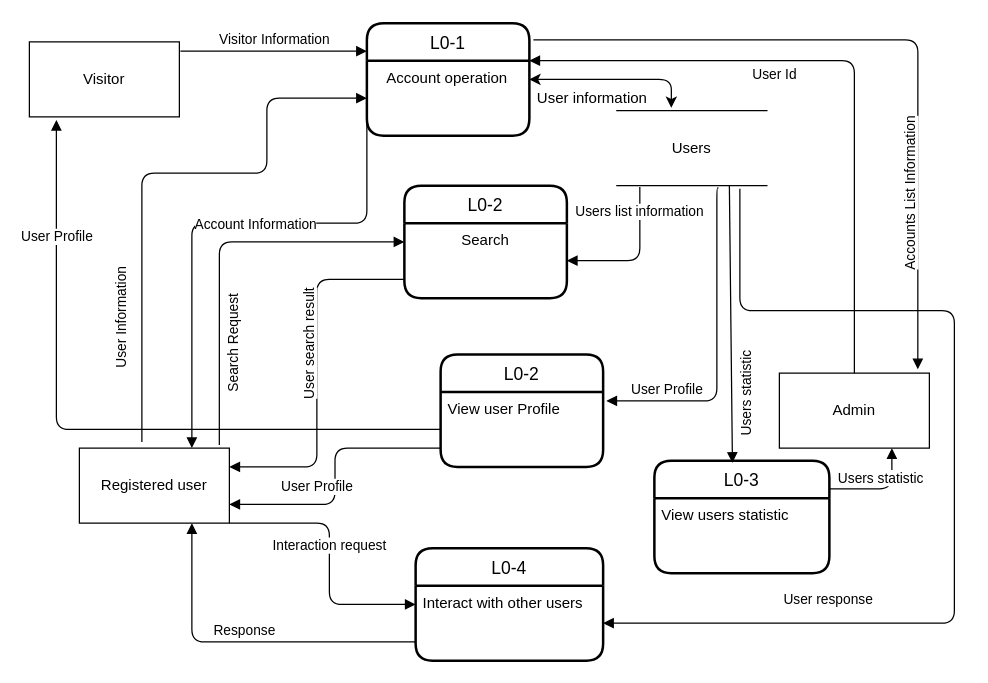
The draw.io diagram Documentation/Diagrams/DFD/Level0.drawio in DavidDoanT/Project_DuoLegend, before the edit. Source tidied: cells renumbered, new cells numbered last; positions are measured from the earlier drawing's top-left corner, leaving out a move shared by most shapes. Both pictures are drawn from the tidied source at 125%, with x=0, y=0 at pixel (29, 22).
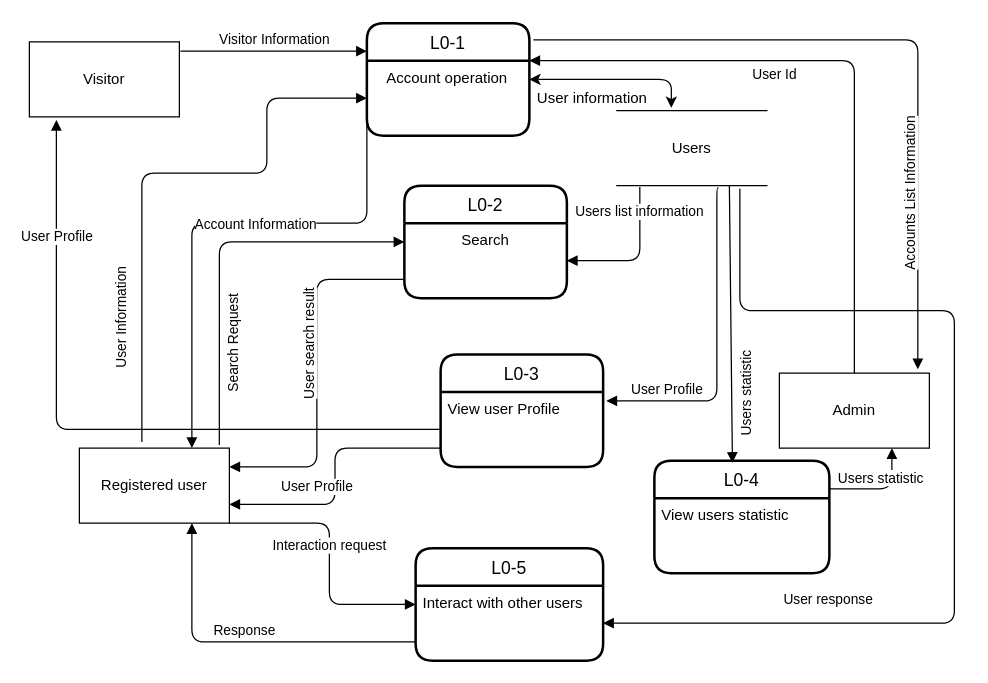
The same diagram, later.

Diff of the diagram source:
```diff
@@
-    <mxCell id="9" value="L0-3" style="swimlane;horizontal=1;startSize=30;rounded=1;fontSize=14;fontStyle=0;strokeWidth=2;shadow=0;dashed=0;align=center;" parent="1" vertex="1">
+    <mxCell id="9" value="L0-4" style="swimlane;horizontal=1;startSize=30;rounded=1;fontSize=14;fontStyle=0;strokeWidth=2;shadow=0;dashed=0;align=center;" parent="1" vertex="1">
       <mxGeometry x="500" y="350" width="140" height="90" as="geometry" />
     </mxCell>
@@
-    <mxCell id="11" value="L0-4" style="swimlane;horizontal=1;startSize=30;rounded=1;fontSize=14;fontStyle=0;strokeWidth=2;shadow=0;dashed=0;align=center;" parent="1" vertex="1">
+    <mxCell id="11" value="L0-5" style="swimlane;horizontal=1;startSize=30;rounded=1;fontSize=14;fontStyle=0;strokeWidth=2;shadow=0;dashed=0;align=center;" parent="1" vertex="1">
       <mxGeometry x="309" y="420" width="150" height="90" as="geometry" />
     </mxCell>
@@
-    <mxCell id="29" value="L0-2" style="swimlane;horizontal=1;startSize=30;rounded=1;fontSize=14;fontStyle=0;strokeWidth=2;shadow=0;dashed=0;align=center;" parent="1" vertex="1">
+    <mxCell id="29" value="L0-3" style="swimlane;horizontal=1;startSize=30;rounded=1;fontSize=14;fontStyle=0;strokeWidth=2;shadow=0;dashed=0;align=center;" parent="1" vertex="1">
       <mxGeometry x="329" y="265" width="130" height="90" as="geometry" />
     </mxCell>
```
